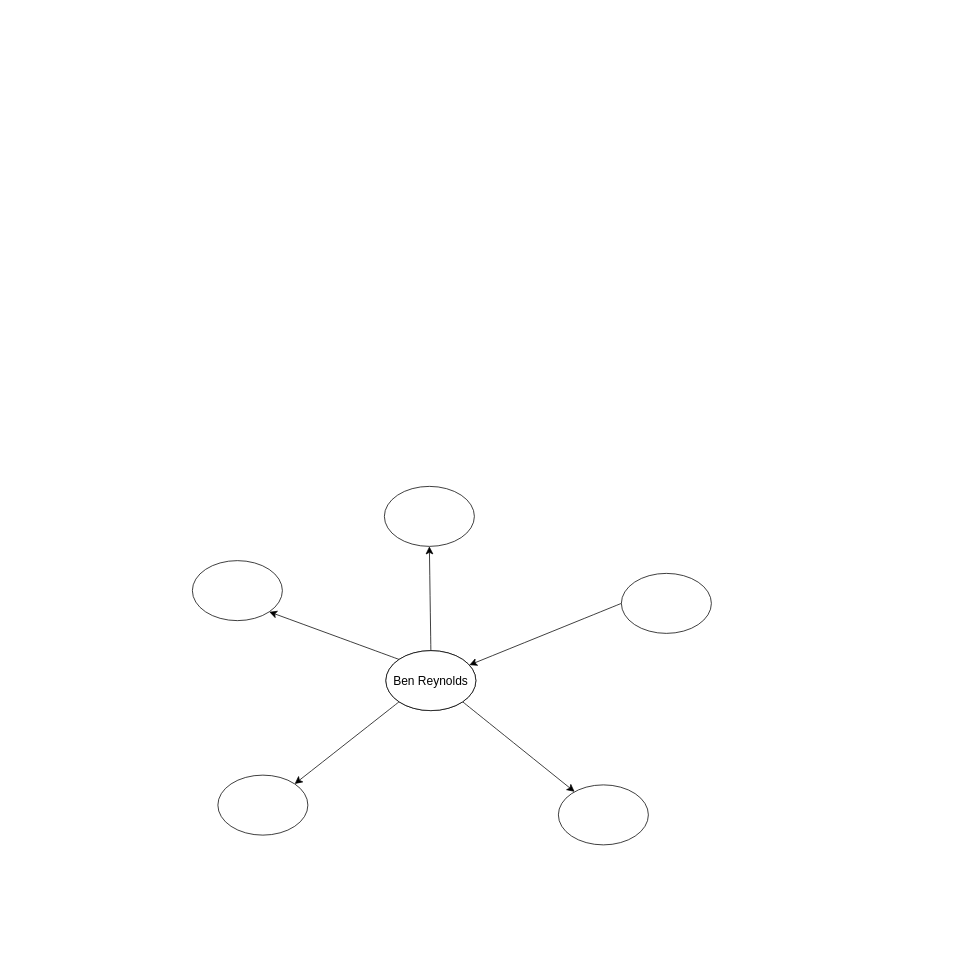
The draw.io diagram Capstone.drawio in BenGRey5/Capstone, before the edit. Source tidied: cells renumbered, new cells numbered last; positions are measured from the earlier drawing's top-left corner, leaving out a move shared by most shapes. Both pictures are drawn from the tidied source at 75%, with x=0, y=0 at pixel (192, 486).
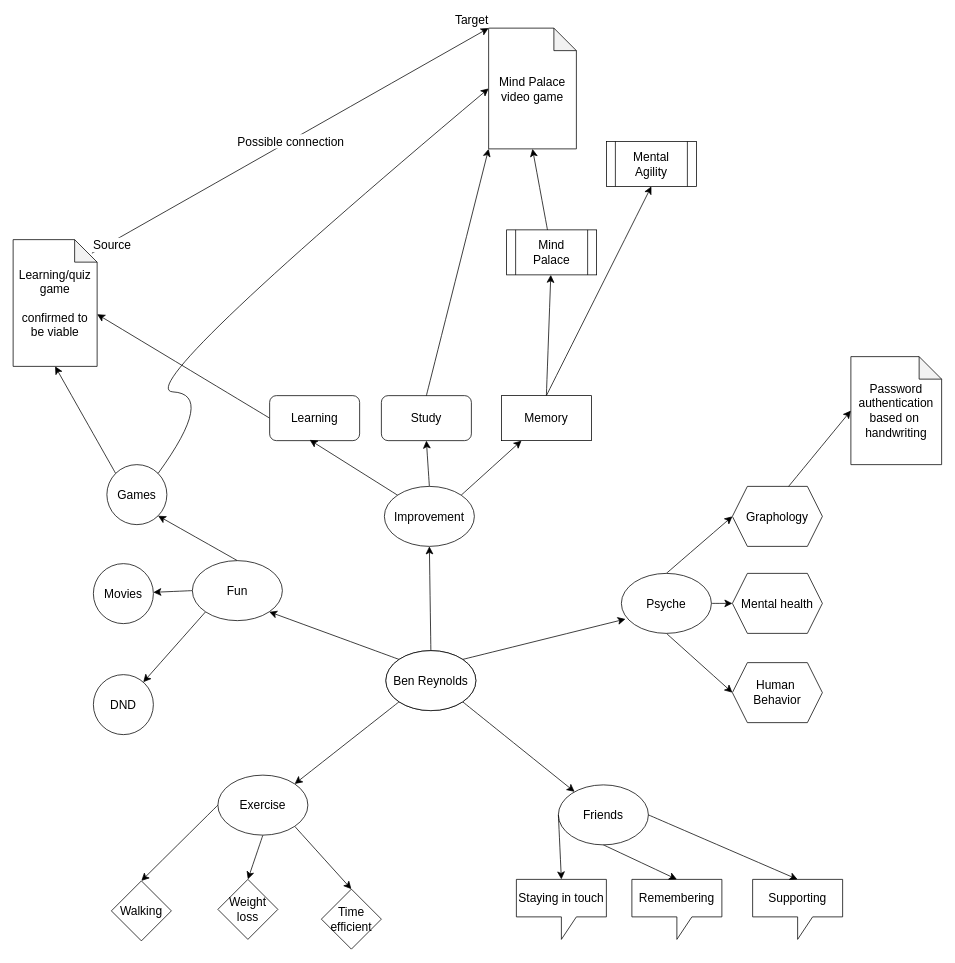
After the change.

The change refers to these unchanged cells:
```xml
<mxCell id="7" value="Ben Reynolds" style="ellipse;whiteSpace=wrap;html=1;fontSize=16;" parent="1" vertex="1">
  <mxGeometry x="258" y="219" width="120" height="80" as="geometry" />
</mxCell>
```

Change to the diagram source:
```diff
@@
+    <mxCell id="14" style="edgeStyle=none;curved=1;rounded=0;jettySize=auto;html=1;exitX=0;exitY=1;exitDx=0;exitDy=0;fontSize=12;startSize=8;endSize=8;" parent="1" edge="1" source="8" target="36">
+      <mxGeometry relative="1" as="geometry" />
+    </mxCell>
+    <mxCell id="15" style="edgeStyle=none;curved=1;rounded=0;jettySize=auto;html=1;exitX=0;exitY=0.5;exitDx=0;exitDy=0;fontSize=12;startSize=8;endSize=8;" parent="1" edge="1" source="8" target="35">
+      <mxGeometry relative="1" as="geometry" />
+    </mxCell>
+    <mxCell id="16" style="edgeStyle=none;curved=1;rounded=0;jettySize=auto;html=1;exitX=0.5;exitY=0;exitDx=0;exitDy=0;entryX=1;entryY=1;entryDx=0;entryDy=0;fontSize=12;startSize=8;endSize=8;" parent="1" edge="1" source="8" target="34">
+      <mxGeometry relative="1" as="geometry" />
+    </mxCell>
-    <mxCell id="8" style="ellipse;whiteSpace=wrap;html=1;fontSize=16;" parent="1" vertex="1">
+    <mxCell id="8" value="Fun" style="ellipse;whiteSpace=wrap;html=1;fontSize=16;" parent="1" vertex="1">
       <mxGeometry y="99" width="120" height="80" as="geometry" />
     </mxCell>
+    <mxCell id="17" style="edgeStyle=none;curved=1;rounded=0;jettySize=auto;html=1;exitX=0.5;exitY=0;exitDx=0;exitDy=0;entryX=0.5;entryY=1;entryDx=0;entryDy=0;fontSize=12;startSize=8;endSize=8;" parent="1" edge="1" source="9" target="28">
+      <mxGeometry relative="1" as="geometry" />
+    </mxCell>
+    <mxCell id="18" style="edgeStyle=none;curved=1;rounded=0;jettySize=auto;html=1;exitX=1;exitY=0;exitDx=0;exitDy=0;fontSize=12;startSize=8;endSize=8;" parent="1" edge="1" source="9" target="31">
+      <mxGeometry relative="1" as="geometry" />
+    </mxCell>
-    <mxCell id="9" style="ellipse;whiteSpace=wrap;html=1;fontSize=16;" parent="1" vertex="1">
+    <mxCell id="9" value="Improvement" style="ellipse;whiteSpace=wrap;html=1;fontSize=16;" parent="1" vertex="1">
       <mxGeometry x="256" width="120" height="80" as="geometry" />
     </mxCell>
-    <mxCell id="10" style="edgeStyle=none;curved=1;rounded=0;jettySize=auto;html=1;exitX=0;exitY=0.5;exitDx=0;exitDy=0;fontSize=12;startSize=8;endSize=8;" parent="1" edge="1" source="11" target="7">
-      <mxGeometry relative="1" as="geometry" />
-    </mxCell>
+    <mxCell id="19" style="edgeStyle=none;curved=1;rounded=0;jettySize=auto;html=1;exitX=0.5;exitY=0;exitDx=0;exitDy=0;entryX=0;entryY=0.5;entryDx=0;entryDy=0;fontSize=12;startSize=8;endSize=8;" parent="1" edge="1" source="11" target="46">
+      <mxGeometry relative="1" as="geometry" />
+    </mxCell>
+    <mxCell id="20" style="edgeStyle=none;curved=1;rounded=0;jettySize=auto;html=1;exitX=1;exitY=0.5;exitDx=0;exitDy=0;fontSize=12;startSize=8;endSize=8;" parent="1" edge="1" source="11" target="47">
+      <mxGeometry relative="1" as="geometry" />
+    </mxCell>
+    <mxCell id="21" style="edgeStyle=none;curved=1;rounded=0;jettySize=auto;html=1;exitX=0.5;exitY=1;exitDx=0;exitDy=0;entryX=0;entryY=0.5;entryDx=0;entryDy=0;fontSize=12;startSize=8;endSize=8;" parent="1" edge="1" source="11" target="48">
+      <mxGeometry relative="1" as="geometry" />
+    </mxCell>
-    <mxCell id="11" style="ellipse;whiteSpace=wrap;html=1;fontSize=16;" parent="1" vertex="1">
+    <mxCell id="11" value="Psyche" style="ellipse;whiteSpace=wrap;html=1;fontSize=16;" parent="1" vertex="1">
       <mxGeometry x="572" y="116" width="120" height="80" as="geometry" />
     </mxCell>
+    <mxCell id="22" style="edgeStyle=none;curved=1;rounded=0;jettySize=auto;html=1;exitX=0;exitY=0.5;exitDx=0;exitDy=0;entryX=0.5;entryY=0;entryDx=0;entryDy=0;fontSize=12;startSize=8;endSize=8;" parent="1" edge="1" source="12" target="37">
+      <mxGeometry relative="1" as="geometry" />
+    </mxCell>
+    <mxCell id="23" style="edgeStyle=none;curved=1;rounded=0;jettySize=auto;html=1;exitX=0.5;exitY=1;exitDx=0;exitDy=0;entryX=0.5;entryY=0;entryDx=0;entryDy=0;fontSize=12;startSize=8;endSize=8;" parent="1" edge="1" source="12" target="38">
+      <mxGeometry relative="1" as="geometry" />
+    </mxCell>
+    <mxCell id="24" style="edgeStyle=none;curved=1;rounded=0;jettySize=auto;html=1;exitX=1;exitY=1;exitDx=0;exitDy=0;entryX=0.5;entryY=0;entryDx=0;entryDy=0;fontSize=12;startSize=8;endSize=8;" parent="1" edge="1" source="12" target="39">
+      <mxGeometry relative="1" as="geometry" />
+    </mxCell>
-    <mxCell id="12" style="ellipse;whiteSpace=wrap;html=1;fontSize=16;" parent="1" vertex="1">
+    <mxCell id="12" value="Exercise" style="ellipse;whiteSpace=wrap;html=1;fontSize=16;" parent="1" vertex="1">
       <mxGeometry x="34" y="385" width="120" height="80" as="geometry" />
     </mxCell>
-    <mxCell id="13" style="ellipse;whiteSpace=wrap;html=1;fontSize=16;" parent="1" vertex="1">
+    <mxCell id="13" value="Friends" style="ellipse;whiteSpace=wrap;html=1;fontSize=16;" parent="1" vertex="1">
       <mxGeometry x="488" y="398" width="120" height="80" as="geometry" />
     </mxCell>
+    <mxCell id="25" style="edgeStyle=none;curved=1;rounded=0;jettySize=auto;html=1;exitX=1;exitY=0;exitDx=0;exitDy=0;entryX=0.046;entryY=0.761;entryDx=0;entryDy=0;entryPerimeter=0;fontSize=12;startSize=8;endSize=8;" parent="1" edge="1" source="7" target="11">
+      <mxGeometry relative="1" as="geometry" />
+    </mxCell>
+    <mxCell id="26" style="edgeStyle=none;curved=1;rounded=0;jettySize=auto;html=1;exitX=0;exitY=0.5;exitDx=0;exitDy=0;entryX=0;entryY=0;entryDx=112;entryDy=99.5;fontSize=12;startSize=8;endSize=8;entryPerimeter=0;" parent="1" edge="1" source="27" target="51">
+      <mxGeometry relative="1" as="geometry" />
+    </mxCell>
+    <mxCell id="27" value="Learning" style="rounded=1;whiteSpace=wrap;html=1;fontSize=16;" parent="1" vertex="1">
+      <mxGeometry x="103" y="-121" width="120" height="60" as="geometry" />
+    </mxCell>
+    <mxCell id="28" value="Study" style="rounded=1;whiteSpace=wrap;html=1;fontSize=16;" parent="1" vertex="1">
+      <mxGeometry x="252" y="-121" width="120" height="60" as="geometry" />
+    </mxCell>
+    <mxCell id="29" style="edgeStyle=none;curved=1;rounded=0;jettySize=auto;html=1;exitX=0.5;exitY=0;exitDx=0;exitDy=0;fontSize=12;startSize=8;endSize=8;" parent="1" edge="1" source="31" target="49">
+      <mxGeometry relative="1" as="geometry" />
+    </mxCell>
+    <mxCell id="30" style="edgeStyle=none;curved=1;rounded=0;jettySize=auto;html=1;exitX=0.5;exitY=0;exitDx=0;exitDy=0;entryX=0.5;entryY=1;entryDx=0;entryDy=0;fontSize=12;startSize=8;endSize=8;" parent="1" edge="1" source="31" target="50">
+      <mxGeometry relative="1" as="geometry" />
+    </mxCell>
+    <mxCell id="31" value="Memory" style="rounded=0;whiteSpace=wrap;html=1;fontSize=16;" parent="1" vertex="1">
+      <mxGeometry x="412" y="-121" width="120" height="60" as="geometry" />
+    </mxCell>
+    <mxCell id="32" style="edgeStyle=none;curved=1;rounded=0;jettySize=auto;html=1;exitX=0;exitY=0;exitDx=0;exitDy=0;entryX=0.445;entryY=0.984;entryDx=0;entryDy=0;entryPerimeter=0;fontSize=12;startSize=8;endSize=8;" parent="1" edge="1" source="9" target="27">
+      <mxGeometry relative="1" as="geometry" />
+    </mxCell>
+    <mxCell id="33" style="edgeStyle=none;curved=1;rounded=0;jettySize=auto;html=1;exitX=0;exitY=0;exitDx=0;exitDy=0;entryX=0.5;entryY=1;entryDx=0;entryDy=0;fontSize=12;startSize=8;endSize=8;entryPerimeter=0;" parent="1" edge="1" source="34" target="51">
+      <mxGeometry relative="1" as="geometry" />
+    </mxCell>
+    <mxCell id="34" value="Games" style="ellipse;whiteSpace=wrap;html=1;fontSize=16;" parent="1" vertex="1">
+      <mxGeometry x="-114" y="-29" width="80" height="80" as="geometry" />
+    </mxCell>
+    <mxCell id="35" value="Movies" style="ellipse;whiteSpace=wrap;html=1;fontSize=16;" parent="1" vertex="1">
+      <mxGeometry x="-132" y="103" width="80" height="80" as="geometry" />
+    </mxCell>
+    <mxCell id="36" value="DND" style="ellipse;whiteSpace=wrap;html=1;fontSize=16;" parent="1" vertex="1">
+      <mxGeometry x="-132" y="251" width="80" height="80" as="geometry" />
+    </mxCell>
+    <mxCell id="37" value="Walking" style="rhombus;whiteSpace=wrap;html=1;fontSize=16;" parent="1" vertex="1">
+      <mxGeometry x="-108" y="526" width="80" height="80" as="geometry" />
+    </mxCell>
+    <mxCell id="38" value="Weight&lt;br&gt;loss" style="rhombus;whiteSpace=wrap;html=1;fontSize=16;" parent="1" vertex="1">
+      <mxGeometry x="34" y="524" width="80" height="80" as="geometry" />
+    </mxCell>
+    <mxCell id="39" value="Time&lt;br&gt;efficient" style="rhombus;whiteSpace=wrap;html=1;fontSize=16;" parent="1" vertex="1">
+      <mxGeometry x="172" y="537" width="80" height="80" as="geometry" />
+    </mxCell>
+    <mxCell id="40" value="Staying in touch" style="shape=callout;whiteSpace=wrap;html=1;perimeter=calloutPerimeter;fontSize=16;" parent="1" vertex="1">
+      <mxGeometry x="432" y="524" width="120" height="80" as="geometry" />
+    </mxCell>
+    <mxCell id="41" value="Remembering" style="shape=callout;whiteSpace=wrap;html=1;perimeter=calloutPerimeter;fontSize=16;" parent="1" vertex="1">
+      <mxGeometry x="586" y="524" width="120" height="80" as="geometry" />
+    </mxCell>
+    <mxCell id="42" value="Supporting" style="shape=callout;whiteSpace=wrap;html=1;perimeter=calloutPerimeter;fontSize=16;" parent="1" vertex="1">
+      <mxGeometry x="747" y="524" width="120" height="80" as="geometry" />
+    </mxCell>
+    <mxCell id="43" style="edgeStyle=none;curved=1;rounded=0;jettySize=auto;html=1;exitX=0;exitY=0.5;exitDx=0;exitDy=0;entryX=0.5;entryY=0;entryDx=0;entryDy=0;entryPerimeter=0;fontSize=12;startSize=8;endSize=8;" parent="1" edge="1" source="13" target="40">
+      <mxGeometry relative="1" as="geometry" />
+    </mxCell>
+    <mxCell id="44" style="edgeStyle=none;curved=1;rounded=0;jettySize=auto;html=1;exitX=0.5;exitY=1;exitDx=0;exitDy=0;entryX=0.5;entryY=0;entryDx=0;entryDy=0;entryPerimeter=0;fontSize=12;startSize=8;endSize=8;" parent="1" edge="1" source="13" target="41">
+      <mxGeometry relative="1" as="geometry" />
+    </mxCell>
+    <mxCell id="45" style="edgeStyle=none;curved=1;rounded=0;jettySize=auto;html=1;exitX=1;exitY=0.5;exitDx=0;exitDy=0;entryX=0.5;entryY=0;entryDx=0;entryDy=0;entryPerimeter=0;fontSize=12;startSize=8;endSize=8;" parent="1" edge="1" source="13" target="42">
+      <mxGeometry relative="1" as="geometry" />
+    </mxCell>
+    <mxCell id="46" value="Graphology" style="shape=hexagon;perimeter=hexagonPerimeter2;whiteSpace=wrap;html=1;fixedSize=1;fontSize=16;" parent="1" vertex="1">
+      <mxGeometry x="720" width="120" height="80" as="geometry" />
+    </mxCell>
+    <mxCell id="47" value="Mental health" style="shape=hexagon;perimeter=hexagonPerimeter2;whiteSpace=wrap;html=1;fixedSize=1;fontSize=16;" parent="1" vertex="1">
+      <mxGeometry x="720" y="116" width="120" height="80" as="geometry" />
+    </mxCell>
+    <mxCell id="48" value="Human&amp;nbsp;&lt;br&gt;Behavior" style="shape=hexagon;perimeter=hexagonPerimeter2;whiteSpace=wrap;html=1;fixedSize=1;fontSize=16;" parent="1" vertex="1">
+      <mxGeometry x="720" y="235" width="120" height="80" as="geometry" />
+    </mxCell>
+    <mxCell id="49" value="Mind&lt;br&gt;Palace" style="shape=process;whiteSpace=wrap;html=1;backgroundOutline=1;fontSize=16;" parent="1" vertex="1">
+      <mxGeometry x="419" y="-342" width="120" height="60" as="geometry" />
+    </mxCell>
+    <mxCell id="50" value="Mental Agility" style="shape=process;whiteSpace=wrap;html=1;backgroundOutline=1;fontSize=16;" parent="1" vertex="1">
+      <mxGeometry x="552" y="-460" width="120" height="60" as="geometry" />
+    </mxCell>
+    <mxCell id="51" value="Learning/quiz&lt;br&gt;game&lt;br&gt;&lt;br&gt;confirmed to be viable" style="shape=note;whiteSpace=wrap;html=1;backgroundOutline=1;darkOpacity=0.05;fontSize=16;" parent="1" vertex="1">
+      <mxGeometry x="-239" y="-329" width="112" height="169" as="geometry" />
+    </mxCell>
+    <mxCell id="52" value="Password&lt;br&gt;authentication&lt;br&gt;based on&amp;nbsp;&lt;br&gt;handwriting" style="shape=note;whiteSpace=wrap;html=1;backgroundOutline=1;darkOpacity=0.05;fontSize=16;" parent="1" vertex="1">
+      <mxGeometry x="878" y="-173" width="121" height="144" as="geometry" />
+    </mxCell>
+    <mxCell id="53" style="edgeStyle=none;curved=1;rounded=0;jettySize=auto;html=1;exitX=0.625;exitY=0;exitDx=0;exitDy=0;entryX=0;entryY=0.5;entryDx=0;entryDy=0;entryPerimeter=0;fontSize=12;startSize=8;endSize=8;" parent="1" edge="1" source="46" target="52">
+      <mxGeometry relative="1" as="geometry" />
+    </mxCell>
+    <mxCell id="54" value="Mind Palace video game" style="shape=note;whiteSpace=wrap;html=1;backgroundOutline=1;darkOpacity=0.05;fontSize=16;" parent="1" vertex="1">
+      <mxGeometry x="395" y="-611" width="117" height="161" as="geometry" />
+    </mxCell>
+    <mxCell id="55" style="curved=1;endArrow=classic;html=1;rounded=0;fontSize=12;startSize=8;endSize=8;exitX=1;exitY=0;exitDx=0;exitDy=0;entryX=0;entryY=0.5;entryDx=0;entryDy=0;entryPerimeter=0;" parent="1" edge="1" source="34" target="54">
+      <mxGeometry relative="1" as="geometry">
+        <Array as="points">
+          <mxPoint x="31" y="-123" />
+          <mxPoint x="-83" y="-129" />
+        </Array>
+      </mxGeometry>
+    </mxCell>
+    <mxCell id="56" style="edgeStyle=none;curved=1;rounded=0;jettySize=auto;html=1;entryX=0.5;entryY=1;entryDx=0;entryDy=0;entryPerimeter=0;fontSize=12;startSize=8;endSize=8;" parent="1" edge="1" source="49" target="54">
+      <mxGeometry relative="1" as="geometry" />
+    </mxCell>
+    <mxCell id="57" style="endArrow=classic;html=1;rounded=0;fontSize=12;startSize=8;endSize=8;curved=1;exitX=0.938;exitY=0.107;exitDx=0;exitDy=0;exitPerimeter=0;entryX=0;entryY=0;entryDx=0;entryDy=0;entryPerimeter=0;" parent="1" edge="1" source="51" target="54">
+      <mxGeometry relative="1" as="geometry" />
+    </mxCell>
+    <mxCell id="58" value="Possible connection" style="edgeLabel;html=1;align=center;verticalAlign=middle;fontSize=16;" parent="57" vertex="1">
+      <mxGeometry relative="1" as="geometry" />
+    </mxCell>
+    <mxCell id="59" value="Source" style="edgeLabel;html=1;align=left;verticalAlign=bottom;fontSize=16;" parent="57" vertex="1">
+      <mxGeometry x="-1" relative="1" as="geometry" />
+    </mxCell>
+    <mxCell id="60" value="Target" style="edgeLabel;html=1;align=right;verticalAlign=bottom;fontSize=16;" parent="57" vertex="1">
+      <mxGeometry x="1" relative="1" as="geometry" />
+    </mxCell>
+    <mxCell id="61" style="edgeStyle=none;curved=1;rounded=0;jettySize=auto;html=1;exitX=0.5;exitY=0;exitDx=0;exitDy=0;entryX=0;entryY=1;entryDx=0;entryDy=0;entryPerimeter=0;fontSize=12;startSize=8;endSize=8;" parent="1" edge="1" source="28" target="54">
+      <mxGeometry relative="1" as="geometry" />
+    </mxCell>
```
